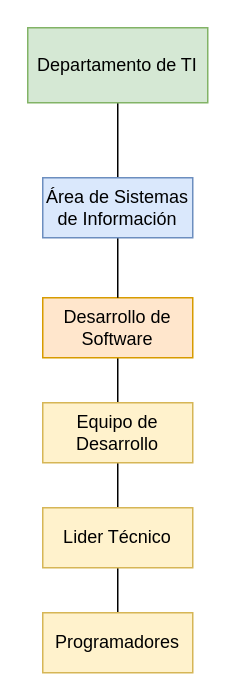
The draw.io diagram page "O2" (2 of 2) of FS.drawio in HoliSoyTamo/Diagramas, before the edit. Source tidied: cells renumbered, new cells numbered last; positions are measured from the earlier drawing's top-left corner, leaving out a move shared by most shapes. Both pictures are drawn from the tidied source at 150%, with x=0, y=0 at pixel (27, 27).
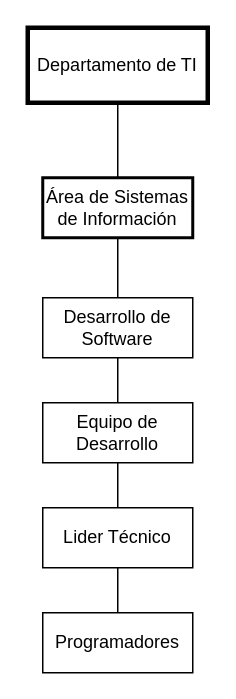
The same page after the edit.

Change to the diagram source:
```diff
@@
 <mxGraphModel>
   <root>
     <mxCell id="0" />
     <mxCell id="1" parent="0" />
     <mxCell id="2" style="edgeStyle=orthogonalEdgeStyle;rounded=0;jettySize=auto;html=1;entryX=0.5;entryY=0;entryDx=0;entryDy=0;endArrow=none;endFill=0;" parent="1" edge="1" source="3" target="7">
       <mxGeometry relative="1" as="geometry" />
     </mxCell>
-    <mxCell id="3" value="Departamento de TI" style="rounded=0;whiteSpace=wrap;html=1;fillColor=#d5e8d4;strokeColor=#82b366;" parent="1" vertex="1">
+    <mxCell id="3" value="Departamento de TI" style="rounded=0;whiteSpace=wrap;html=1;strokeWidth=3;" parent="1" vertex="1">
       <mxGeometry width="120" height="50" as="geometry" />
     </mxCell>
     <mxCell id="4" style="edgeStyle=orthogonalEdgeStyle;rounded=0;jettySize=auto;html=1;entryX=0.5;entryY=0;entryDx=0;entryDy=0;endArrow=none;endFill=0;" parent="1" edge="1" source="5" target="9">
       <mxGeometry relative="1" as="geometry" />
     </mxCell>
-    <mxCell id="5" value="Desarrollo de Software" style="rounded=0;whiteSpace=wrap;html=1;fillColor=#ffe6cc;strokeColor=#d79b00;" parent="1" vertex="1">
+    <mxCell id="5" value="Desarrollo de Software" style="rounded=0;whiteSpace=wrap;html=1;" parent="1" vertex="1">
       <mxGeometry x="10" y="180" width="100" height="40" as="geometry" />
     </mxCell>
     <mxCell id="6" style="edgeStyle=orthogonalEdgeStyle;rounded=0;jettySize=auto;html=1;entryX=0.5;entryY=0;entryDx=0;entryDy=0;endArrow=none;endFill=0;" parent="1" edge="1" source="7" target="5">
       <mxGeometry relative="1" as="geometry" />
     </mxCell>
-    <mxCell id="7" value="Área de Sistemas de Información" style="rounded=0;whiteSpace=wrap;html=1;fillColor=#dae8fc;strokeColor=#6c8ebf;" parent="1" vertex="1">
+    <mxCell id="7" value="Área de Sistemas de Información" style="rounded=0;whiteSpace=wrap;html=1;strokeWidth=2;" parent="1" vertex="1">
       <mxGeometry x="10" y="100" width="100" height="40" as="geometry" />
     </mxCell>
     <mxCell id="8" style="edgeStyle=orthogonalEdgeStyle;rounded=0;jettySize=auto;html=1;entryX=0.5;entryY=0;entryDx=0;entryDy=0;endArrow=none;endFill=0;" parent="1" edge="1" source="9" target="11">
       <mxGeometry relative="1" as="geometry" />
     </mxCell>
-    <mxCell id="9" value="Equipo de Desarrollo" style="rounded=0;whiteSpace=wrap;html=1;fillColor=#fff2cc;strokeColor=#d6b656;" parent="1" vertex="1">
+    <mxCell id="9" value="Equipo de Desarrollo" style="rounded=0;whiteSpace=wrap;html=1;" parent="1" vertex="1">
       <mxGeometry x="10" y="250" width="100" height="40" as="geometry" />
     </mxCell>
     <mxCell id="10" style="edgeStyle=orthogonalEdgeStyle;rounded=0;jettySize=auto;html=1;entryX=0.5;entryY=0;entryDx=0;entryDy=0;endArrow=none;endFill=0;" parent="1" edge="1" source="11" target="12">
       <mxGeometry relative="1" as="geometry" />
     </mxCell>
-    <mxCell id="11" value="Lider Técnico" style="rounded=0;whiteSpace=wrap;html=1;fillColor=#fff2cc;strokeColor=#d6b656;" parent="1" vertex="1">
+    <mxCell id="11" value="Lider Técnico" style="rounded=0;whiteSpace=wrap;html=1;" parent="1" vertex="1">
       <mxGeometry x="10" y="320" width="100" height="40" as="geometry" />
     </mxCell>
-    <mxCell id="12" value="Programadores" style="rounded=0;whiteSpace=wrap;html=1;fillColor=#fff2cc;strokeColor=#d6b656;" parent="1" vertex="1">
+    <mxCell id="12" value="Programadores" style="rounded=0;whiteSpace=wrap;html=1;" parent="1" vertex="1">
       <mxGeometry x="10" y="390" width="100" height="40" as="geometry" />
     </mxCell>
   </root>
 </mxGraphModel>
```
